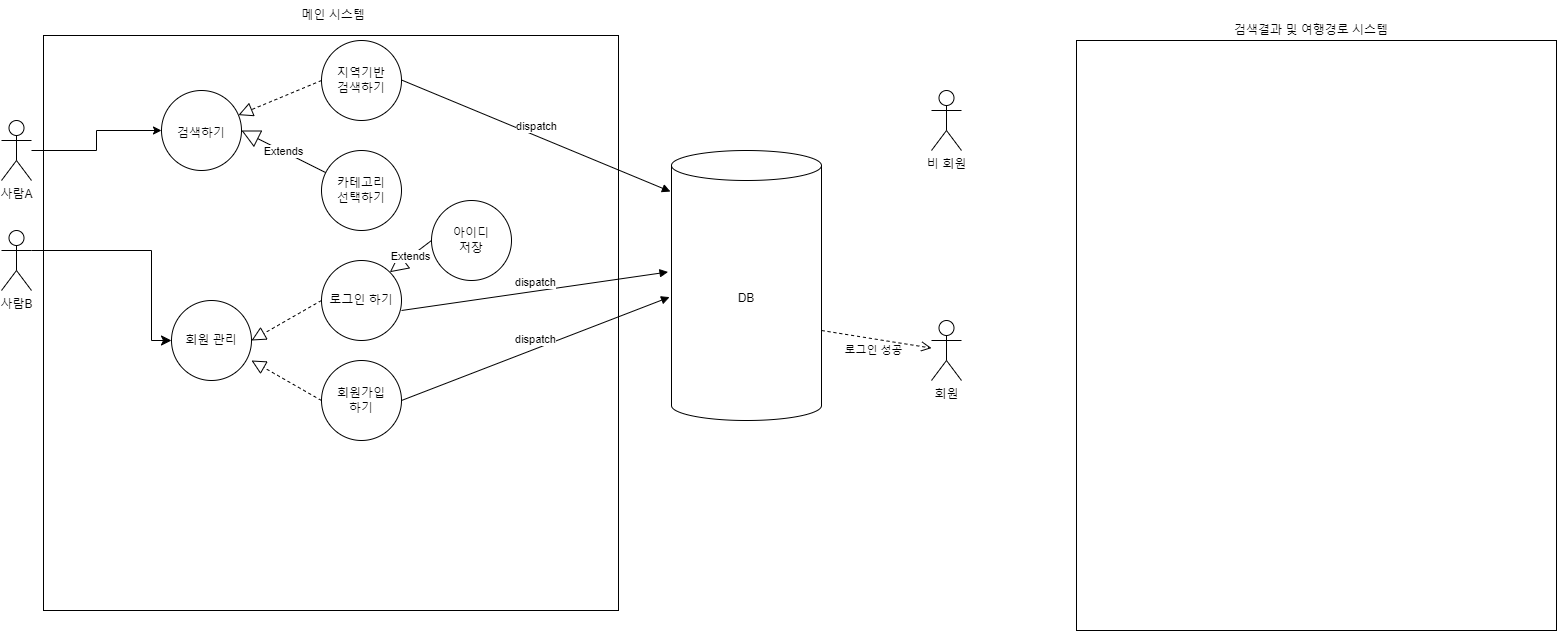
This is usecase.drawio.png from kimhaechang1/enjoytrip, a draw.io export, as it was before one commit. Source tidied: cells renumbered, new cells last; positions are measured from the earlier drawing's top-left corner, leaving out a move shared by most shapes.
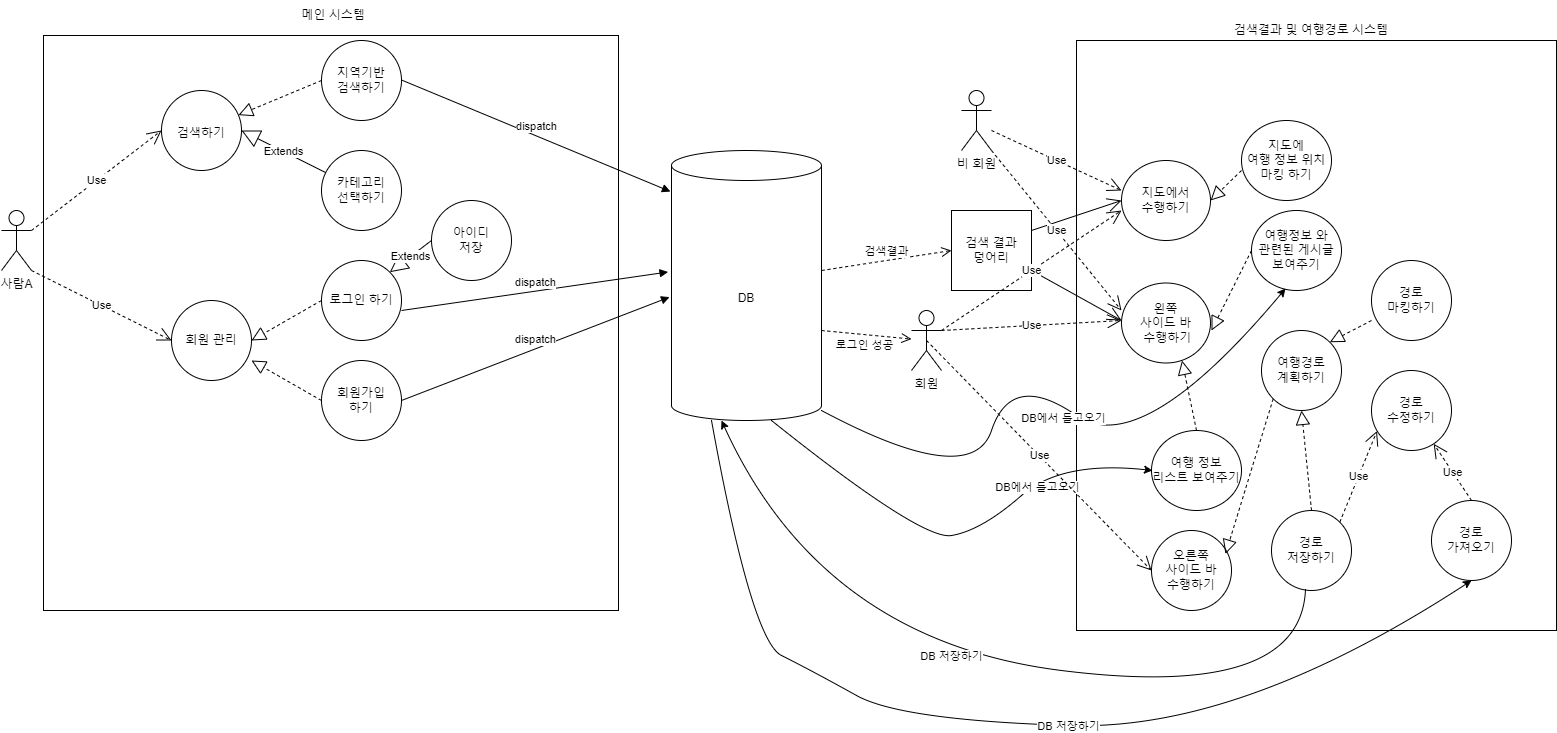
Above is the later version.

Commit message:
usecase.drawio.png 최종 최종 최종본

Diff of the diagram source:
```diff
@@ -5,11 +5,8 @@
     <mxCell id="2" style="whiteSpace=wrap;html=1;" parent="1" vertex="1">
       <mxGeometry x="42" y="35" width="575" height="575" as="geometry" />
     </mxCell>
-    <mxCell id="3" style="edgeStyle=orthogonalEdgeStyle;rounded=0;jettySize=auto;html=1;" parent="1" edge="1" source="4" target="5">
-      <mxGeometry relative="1" as="geometry" />
-    </mxCell>
     <mxCell id="4" value="사람A" style="shape=umlActor;verticalLabelPosition=bottom;verticalAlign=top;html=1;outlineConnect=0;" parent="1" vertex="1">
-      <mxGeometry y="120" width="30" height="60" as="geometry" />
+      <mxGeometry y="210" width="30" height="60" as="geometry" />
     </mxCell>
     <mxCell id="5" value="&lt;br&gt;&lt;br&gt;검색하기" style="ellipse;whiteSpace=wrap;html=1;verticalAlign=top;" parent="1" vertex="1">
       <mxGeometry x="160" y="90" width="80" height="80" as="geometry" />
@@ -46,16 +43,6 @@
     <mxCell id="15" value="회원 관리" style="ellipse;whiteSpace=wrap;html=1;" parent="1" vertex="1">
       <mxGeometry x="170" y="300" width="80" height="80" as="geometry" />
     </mxCell>
-    <mxCell id="16" style="edgeStyle=elbowEdgeStyle;elbow=horizontal;endArrow=classic;html=1;curved=0;rounded=0;endSize=8;startSize=8;entryX=0;entryY=0.5;entryDx=0;entryDy=0;exitX=1;exitY=0.3333333333333333;exitDx=0;exitDy=0;exitPerimeter=0;" parent="1" edge="1" source="17" target="15">
-      <mxGeometry relative="1" as="geometry">
-        <Array as="points">
-          <mxPoint x="150" y="280" />
-        </Array>
-      </mxGeometry>
-    </mxCell>
-    <mxCell id="17" value="사람B" style="shape=umlActor;verticalLabelPosition=bottom;verticalAlign=top;html=1;outlineConnect=0;" parent="1" vertex="1">
-      <mxGeometry y="230" width="30" height="60" as="geometry" />
-    </mxCell>
     <mxCell id="18" value="로그인 하기" style="ellipse;whiteSpace=wrap;html=1;" parent="1" vertex="1">
       <mxGeometry x="320" y="260" width="80" height="80" as="geometry" />
     </mxCell>
@@ -85,15 +72,178 @@
       <mxGeometry relative="1" as="geometry" />
     </mxCell>
     <mxCell id="26" value="비 회원" style="shape=umlActor;verticalLabelPosition=bottom;verticalAlign=top;html=1;" parent="1" vertex="1">
-      <mxGeometry x="930" y="90" width="30" height="60" as="geometry" />
+      <mxGeometry x="960" y="90" width="30" height="60" as="geometry" />
     </mxCell>
     <mxCell id="27" value="회원" style="shape=umlActor;verticalLabelPosition=bottom;verticalAlign=top;html=1;" parent="1" vertex="1">
-      <mxGeometry x="930" y="320" width="30" height="60" as="geometry" />
+      <mxGeometry x="910" y="310" width="30" height="60" as="geometry" />
     </mxCell>
     <mxCell id="28" value="로그인 성공" style="html=1;verticalAlign=bottom;endArrow=open;dashed=1;endSize=8;curved=0;rounded=0;" parent="1" edge="1" target="27">
       <mxGeometry y="-20" relative="1" as="geometry">
         <mxPoint x="820" y="330" as="sourcePoint" />
       </mxGeometry>
     </mxCell>
+    <mxCell id="29" value="검색결과" style="html=1;verticalAlign=bottom;endArrow=open;dashed=1;endSize=8;curved=0;rounded=0;" parent="1" edge="1">
+      <mxGeometry relative="1" as="geometry">
+        <mxPoint x="820" y="270" as="sourcePoint" />
+        <mxPoint x="950" y="250" as="targetPoint" />
+      </mxGeometry>
+    </mxCell>
+    <mxCell id="30" value="검색 결과&lt;br&gt;덩어리" style="whiteSpace=wrap;html=1;" parent="1" vertex="1">
+      <mxGeometry x="950" y="210" width="80" height="80" as="geometry" />
+    </mxCell>
+    <mxCell id="31" value="지도에 &lt;br&gt;여행 정보 위치 마킹 하기" style="ellipse;whiteSpace=wrap;html=1;" parent="1" vertex="1">
+      <mxGeometry x="1240" y="120" width="90" height="80" as="geometry" />
+    </mxCell>
+    <mxCell id="32" value="여행정보 와&lt;br&gt;관련된 게시글&lt;br&gt;보여주기" style="ellipse;whiteSpace=wrap;html=1;" parent="1" vertex="1">
+      <mxGeometry x="1250" y="210" width="90" height="80" as="geometry" />
+    </mxCell>
+    <mxCell id="33" value="여행 정보 &lt;br&gt;리스트 보여주기" style="ellipse;whiteSpace=wrap;html=1;" parent="1" vertex="1">
+      <mxGeometry x="1150" y="430" width="90" height="80" as="geometry" />
+    </mxCell>
+    <mxCell id="34" value="지도에서 &lt;br&gt;수행하기" style="ellipse;whiteSpace=wrap;html=1;" parent="1" vertex="1">
+      <mxGeometry x="1120" y="160" width="89" height="80" as="geometry" />
+    </mxCell>
+    <mxCell id="35" value="왼쪽&lt;br&gt;사이드 바&lt;br&gt;&amp;nbsp;수행하기" style="ellipse;whiteSpace=wrap;html=1;" parent="1" vertex="1">
+      <mxGeometry x="1120" y="282.5" width="89" height="80" as="geometry" />
+    </mxCell>
+    <mxCell id="36" style="endArrow=block;dashed=1;endFill=0;endSize=12;html=1;rounded=0;entryX=1;entryY=0.5;entryDx=0;entryDy=0;" parent="1" edge="1" target="34">
+      <mxGeometry relative="1" as="geometry">
+        <mxPoint x="1240" y="170" as="sourcePoint" />
+      </mxGeometry>
+    </mxCell>
+    <mxCell id="37" style="endArrow=block;dashed=1;endFill=0;endSize=12;html=1;rounded=0;entryX=1.011;entryY=0.594;entryDx=0;entryDy=0;exitX=0;exitY=0.5;exitDx=0;exitDy=0;entryPerimeter=0;" parent="1" edge="1" source="32" target="35">
+      <mxGeometry relative="1" as="geometry" />
+    </mxCell>
+    <mxCell id="38" style="endArrow=block;dashed=1;endFill=0;endSize=12;html=1;rounded=0;entryX=0.68;entryY=0.969;entryDx=0;entryDy=0;exitX=0.5;exitY=0;exitDx=0;exitDy=0;entryPerimeter=0;" parent="1" edge="1" source="33" target="35">
+      <mxGeometry relative="1" as="geometry" />
+    </mxCell>
+    <mxCell id="39" style="endArrow=open;endFill=1;endSize=12;html=1;rounded=0;exitX=1;exitY=0.25;exitDx=0;exitDy=0;entryX=0;entryY=0.5;entryDx=0;entryDy=0;" parent="1" edge="1" source="30" target="34">
+      <mxGeometry relative="1" as="geometry" />
+    </mxCell>
+    <mxCell id="40" style="endArrow=open;endFill=1;endSize=12;html=1;rounded=0;exitX=1;exitY=0.25;exitDx=0;exitDy=0;" parent="1" edge="1">
+      <mxGeometry relative="1" as="geometry">
+        <mxPoint x="1030" y="270" as="sourcePoint" />
+        <mxPoint x="1120" y="320" as="targetPoint" />
+      </mxGeometry>
+    </mxCell>
+    <mxCell id="41" value="Use" style="endArrow=open;endSize=12;dashed=1;html=1;rounded=0;exitX=1;exitY=0.3333333333333333;exitDx=0;exitDy=0;exitPerimeter=0;" parent="1" edge="1" source="27">
+      <mxGeometry relative="1" as="geometry">
+        <mxPoint x="1120" y="320" as="targetPoint" />
+      </mxGeometry>
+    </mxCell>
+    <mxCell id="42" value="Use" style="endArrow=open;endSize=12;dashed=1;html=1;rounded=0;exitX=1;exitY=0.3333333333333333;exitDx=0;exitDy=0;exitPerimeter=0;" parent="1" edge="1" source="27">
+      <mxGeometry relative="1" as="geometry">
+        <mxPoint x="1120" y="210" as="targetPoint" />
+      </mxGeometry>
+    </mxCell>
+    <mxCell id="43" value="Use" style="endArrow=open;endSize=12;dashed=1;html=1;rounded=0;" parent="1" edge="1">
+      <mxGeometry relative="1" as="geometry">
+        <mxPoint x="990" y="130" as="sourcePoint" />
+        <mxPoint x="1120" y="190" as="targetPoint" />
+      </mxGeometry>
+    </mxCell>
+    <mxCell id="44" value="Use" style="endArrow=open;endSize=12;dashed=1;html=1;rounded=0;" parent="1" edge="1">
+      <mxGeometry relative="1" as="geometry">
+        <mxPoint x="990" y="150" as="sourcePoint" />
+        <mxPoint x="1120" y="310" as="targetPoint" />
+      </mxGeometry>
+    </mxCell>
+    <mxCell id="45" value="오른쪽&lt;br&gt;사이드 바&lt;br&gt;수행하기" style="ellipse;whiteSpace=wrap;html=1;" parent="1" vertex="1">
+      <mxGeometry x="1150" y="530" width="80" height="80" as="geometry" />
+    </mxCell>
+    <mxCell id="46" style="curved=1;endArrow=classic;html=1;rounded=0;entryX=0.378;entryY=0.975;entryDx=0;entryDy=0;entryPerimeter=0;" parent="1" edge="1" target="32">
+      <mxGeometry relative="1" as="geometry">
+        <mxPoint x="820" y="410" as="sourcePoint" />
+        <Array as="points">
+          <mxPoint x="970" y="490" />
+          <mxPoint x="1010" y="370" />
+          <mxPoint x="1140" y="460" />
+        </Array>
+      </mxGeometry>
+    </mxCell>
+    <mxCell id="47" value="DB에서 들고오기" style="edgeLabel;html=1;align=center;verticalAlign=middle;" parent="46" vertex="1">
+      <mxGeometry x="0.08" y="-10" relative="1" as="geometry" />
+    </mxCell>
+    <mxCell id="48" style="curved=1;endArrow=classic;html=1;rounded=0;" parent="1" edge="1">
+      <mxGeometry relative="1" as="geometry">
+        <mxPoint x="770" y="420" as="sourcePoint" />
+        <mxPoint x="1151" y="470" as="targetPoint" />
+        <Array as="points">
+          <mxPoint x="920" y="540" />
+          <mxPoint x="980" y="530" />
+          <mxPoint x="1060" y="460" />
+        </Array>
+      </mxGeometry>
+    </mxCell>
+    <mxCell id="49" value="DB에서 들고오기" style="edgeLabel;html=1;align=center;verticalAlign=middle;" parent="48" vertex="1">
+      <mxGeometry x="0.44" y="-4" relative="1" as="geometry" />
+    </mxCell>
+    <mxCell id="50" value="Use" style="endArrow=open;endSize=12;dashed=1;html=1;rounded=0;exitX=1;exitY=1;exitDx=0;exitDy=0;exitPerimeter=0;" parent="1" edge="1" source="4">
+      <mxGeometry relative="1" as="geometry">
+        <mxPoint x="170" y="340" as="targetPoint" />
+      </mxGeometry>
+    </mxCell>
+    <mxCell id="3" value="Use" style="endArrow=open;endSize=12;dashed=1;html=1;rounded=0;exitX=1;exitY=0.3333333333333333;exitDx=0;exitDy=0;exitPerimeter=0;entryX=0;entryY=0.5;entryDx=0;entryDy=0;" parent="1" edge="1" source="4" target="5">
+      <mxGeometry relative="1" as="geometry" />
+    </mxCell>
+    <mxCell id="51" value="Use" style="endArrow=open;endSize=12;dashed=1;html=1;rounded=0;exitX=0.5;exitY=0.5;exitDx=0;exitDy=0;exitPerimeter=0;entryX=0;entryY=0.5;entryDx=0;entryDy=0;" parent="1" edge="1" source="27" target="45">
+      <mxGeometry relative="1" as="geometry" />
+    </mxCell>
+    <mxCell id="52" value="여행경로&lt;br&gt;계획하기" style="ellipse;whiteSpace=wrap;html=1;" parent="1" vertex="1">
+      <mxGeometry x="1260" y="330" width="80" height="80" as="geometry" />
+    </mxCell>
+    <mxCell id="53" style="endArrow=block;dashed=1;endFill=0;endSize=12;html=1;rounded=0;entryX=0.925;entryY=0.294;entryDx=0;entryDy=0;exitX=0;exitY=1;exitDx=0;exitDy=0;entryPerimeter=0;" parent="1" edge="1" source="52" target="45">
+      <mxGeometry relative="1" as="geometry" />
+    </mxCell>
+    <mxCell id="54" value="경로 &lt;br&gt;마킹하기" style="ellipse;whiteSpace=wrap;html=1;" parent="1" vertex="1">
+      <mxGeometry x="1370" y="260" width="80" height="80" as="geometry" />
+    </mxCell>
+    <mxCell id="55" style="endArrow=block;dashed=1;endFill=0;endSize=12;html=1;rounded=0;entryX=1;entryY=0;entryDx=0;entryDy=0;exitX=0;exitY=0.75;exitDx=0;exitDy=0;exitPerimeter=0;" parent="1" edge="1" source="54" target="52">
+      <mxGeometry relative="1" as="geometry" />
+    </mxCell>
+    <mxCell id="56" value="경로&lt;br&gt;저장하기" style="ellipse;whiteSpace=wrap;html=1;" parent="1" vertex="1">
+      <mxGeometry x="1270" y="510" width="80" height="80" as="geometry" />
+    </mxCell>
+    <mxCell id="57" style="endArrow=block;dashed=1;endFill=0;endSize=12;html=1;rounded=0;entryX=0.5;entryY=1;entryDx=0;entryDy=0;exitX=0.5;exitY=0;exitDx=0;exitDy=0;" parent="1" edge="1" source="56" target="52">
+      <mxGeometry relative="1" as="geometry" />
+    </mxCell>
+    <mxCell id="58" style="curved=1;endArrow=classic;html=1;rounded=0;exitX=0.425;exitY=0.981;exitDx=0;exitDy=0;exitPerimeter=0;" parent="1" edge="1" source="56">
+      <mxGeometry relative="1" as="geometry">
+        <mxPoint x="720" y="420" as="targetPoint" />
+        <Array as="points">
+          <mxPoint x="1300" y="700" />
+          <mxPoint x="820" y="640" />
+        </Array>
+      </mxGeometry>
+    </mxCell>
+    <mxCell id="59" value="DB 저장하기" style="edgeLabel;html=1;align=center;verticalAlign=middle;" parent="58" vertex="1">
+      <mxGeometry x="0.11" y="-1" relative="1" as="geometry" />
+    </mxCell>
+    <mxCell id="60" value="경로&lt;br&gt;수정하기" style="ellipse;whiteSpace=wrap;html=1;" parent="1" vertex="1">
+      <mxGeometry x="1370" y="370" width="80" height="80" as="geometry" />
+    </mxCell>
+    <mxCell id="61" value="경로&lt;br&gt;가져오기" style="ellipse;whiteSpace=wrap;html=1;" parent="1" vertex="1">
+      <mxGeometry x="1430" y="500" width="80" height="80" as="geometry" />
+    </mxCell>
+    <mxCell id="62" value="Use" style="endArrow=open;endSize=12;dashed=1;html=1;rounded=0;exitX=0.5;exitY=0;exitDx=0;exitDy=0;" parent="1" edge="1" source="61" target="60">
+      <mxGeometry relative="1" as="geometry" />
+    </mxCell>
+    <mxCell id="63" value="Use" style="endArrow=open;endSize=12;dashed=1;html=1;rounded=0;exitX=1;exitY=0;exitDx=0;exitDy=0;entryX=0.069;entryY=0.756;entryDx=0;entryDy=0;entryPerimeter=0;" parent="1" edge="1" source="56" target="60">
+      <mxGeometry relative="1" as="geometry" />
+    </mxCell>
+    <mxCell id="64" style="curved=1;endArrow=classic;html=1;rounded=0;entryX=0.5;entryY=1;entryDx=0;entryDy=0;" parent="1" edge="1" target="61">
+      <mxGeometry relative="1" as="geometry">
+        <mxPoint x="710" y="420" as="sourcePoint" />
+        <Array as="points">
+          <mxPoint x="750" y="640" />
+          <mxPoint x="810" y="670" />
+          <mxPoint x="900" y="720" />
+          <mxPoint x="1240" y="730" />
+        </Array>
+      </mxGeometry>
+    </mxCell>
+    <mxCell id="65" value="DB 저장하기" style="edgeLabel;html=1;align=center;verticalAlign=middle;" parent="64" vertex="1">
+      <mxGeometry x="0.11" y="-1" relative="1" as="geometry" />
+    </mxCell>
   </root>
 </mxGraphModel>
```
